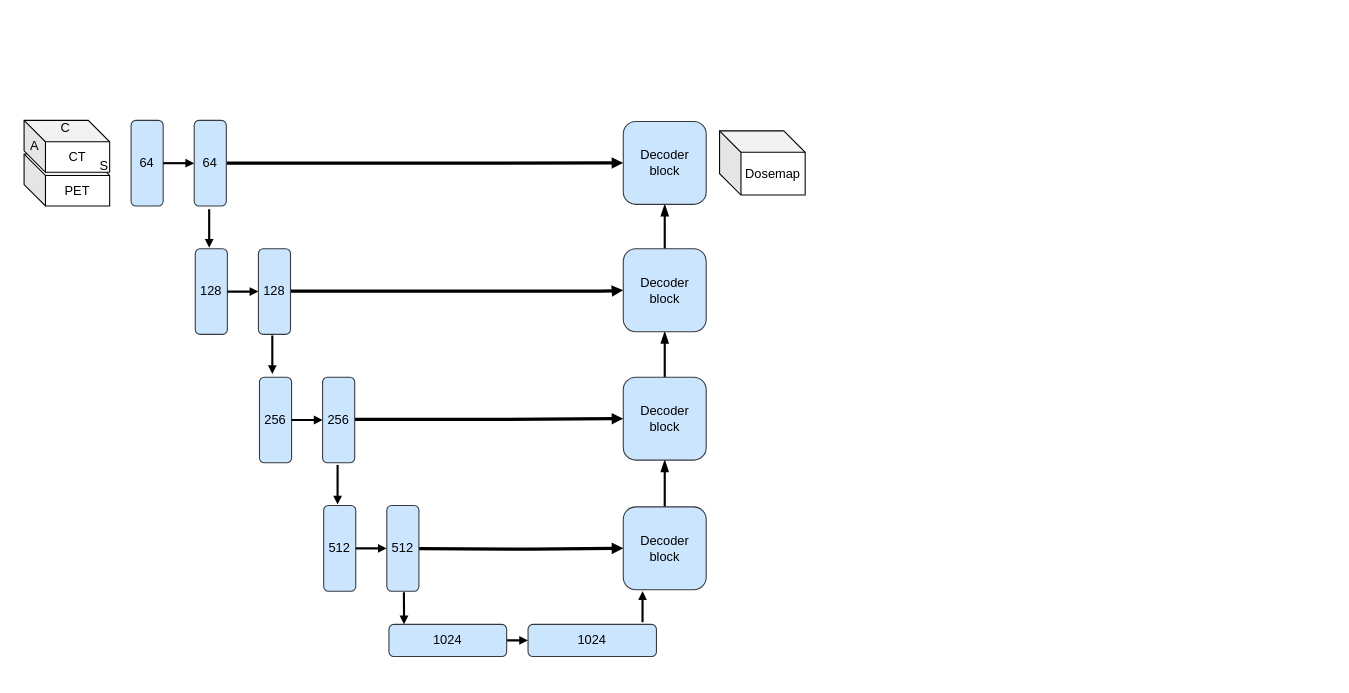
Above: page "3dunet" (1 of 7) of Fig_CS/treatment.drawio in jizhang02/Figure-Factory (draw.io), before the change. Source tidied: cells renumbered, new cells numbered last; positions are measured from the earlier drawing's top-left corner, leaving out a move shared by most shapes. Both pictures are drawn from the tidied source at 107%, with x=0, y=0 at pixel (18, 117).
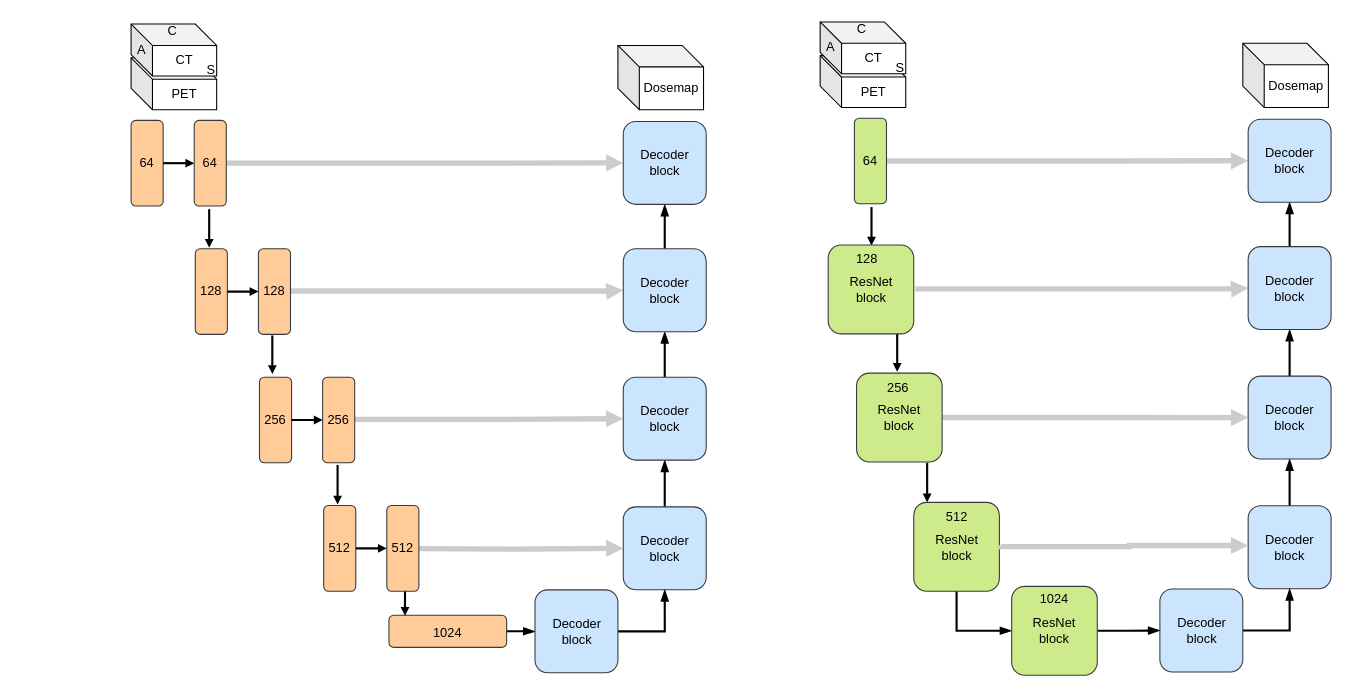
Above is the later version.

Unchanged cells that the change refers to:
```xml
<mxCell id="21" style="group;" parent="1" vertex="1">
  <mxGeometry x="105" y="3" width="89" height="80" as="geometry" />
</mxCell>
<mxCell id="26" style="group;" parent="1" vertex="1">
  <mxGeometry x="165" y="123" width="89" height="80" as="geometry" />
</mxCell>
<mxCell id="32" style="group;" parent="1" vertex="1">
  <mxGeometry x="225" y="243" width="89" height="80" as="geometry" />
</mxCell>
<mxCell id="38" style="group;" parent="1" vertex="1">
  <mxGeometry x="285" y="363" width="89" height="80" as="geometry" />
</mxCell>
<mxCell id="45" value="Decoder&lt;br&gt;block" style="rounded=1;whiteSpace=wrap;html=1;rotation=0;fillColor=#cce5ff;strokeColor=#36393d;" parent="1" vertex="1">
  <mxGeometry x="565" y="364.2" width="77.5" height="77.5" as="geometry" />
</mxCell>
<mxCell id="47" value="Decoder&lt;br&gt;block" style="rounded=1;whiteSpace=wrap;html=1;rotation=0;fillColor=#cce5ff;strokeColor=#36393d;" parent="1" vertex="1">
  <mxGeometry x="565" y="243" width="77.5" height="77.5" as="geometry" />
</mxCell>
<mxCell id="49" value="Decoder&lt;br&gt;block" style="rounded=1;whiteSpace=wrap;html=1;rotation=0;fillColor=#cce5ff;strokeColor=#36393d;" parent="1" vertex="1">
  <mxGeometry x="565" y="123" width="77.5" height="77.5" as="geometry" />
</mxCell>
<mxCell id="50" value="Decoder&lt;br&gt;block" style="rounded=1;whiteSpace=wrap;html=1;rotation=0;fillColor=#cce5ff;strokeColor=#36393d;" parent="1" vertex="1">
  <mxGeometry x="565" y="4" width="77.5" height="77.5" as="geometry" />
</mxCell>
```

Change to the diagram source:
```diff
@@
-    <mxCell id="2" style="edgeStyle=orthogonalEdgeStyle;rounded=1;jumpStyle=none;jumpSize=3;jettySize=auto;html=1;strokeWidth=2;startArrow=none;startFill=0;endArrow=block;endFill=1;startSize=3;endSize=3;" parent="1" edge="1" source="3" target="4">
-      <mxGeometry relative="1" as="geometry" />
-    </mxCell>
+    <mxCell id="54" style="edgeStyle=orthogonalEdgeStyle;rounded=0;jettySize=auto;html=1;strokeWidth=2;endArrow=blockThin;endFill=1;" parent="1" edge="1" source="3" target="79">
+      <mxGeometry relative="1" as="geometry" />
+    </mxCell>
-    <mxCell id="3" style="rounded=1;whiteSpace=wrap;html=1;rotation=0;fillColor=#cce5ff;strokeColor=#36393d;" parent="1" vertex="1">
-      <mxGeometry x="346" y="474" width="110" height="30" as="geometry" />
+    <mxCell id="3" style="rounded=1;whiteSpace=wrap;html=1;rotation=0;fillColor=#ffcc99;strokeColor=#36393d;" parent="1" vertex="1">
+      <mxGeometry x="346" y="465.5" width="110" height="30" as="geometry" />
     </mxCell>
-    <mxCell id="4" style="rounded=1;whiteSpace=wrap;html=1;rotation=0;fillColor=#cce5ff;strokeColor=#36393d;" parent="1" vertex="1">
-      <mxGeometry x="476" y="474" width="120" height="30" as="geometry" />
-    </mxCell>
@@
-    <mxCell id="7" style="edgeStyle=orthogonalEdgeStyle;rounded=1;jumpStyle=none;jumpSize=3;orthogonalLoop=1;jettySize=auto;html=1;strokeWidth=2;startArrow=none;startFill=0;endArrow=block;endFill=1;startSize=3;endSize=3;" parent="1" edge="1">
+    <mxCell id="7" style="edgeStyle=orthogonalEdgeStyle;rounded=1;jumpStyle=none;jumpSize=3;orthogonalLoop=1;jettySize=auto;html=1;strokeWidth=2;startArrow=none;startFill=0;endArrow=block;endFill=1;startSize=3;endSize=3;entryX=0.127;entryY=0.25;entryDx=0;entryDy=0;entryPerimeter=0;" parent="1" edge="1">
       <mxGeometry relative="1" as="geometry">
-        <mxPoint x="360" y="444" as="sourcePoint" />
-        <mxPoint x="360.1" y="474" as="targetPoint" />
+        <mxPoint x="361" y="437" as="sourcePoint" />
+        <mxPoint x="361" y="466" as="targetPoint" />
       </mxGeometry>
     </mxCell>
-    <mxCell id="8" style="edgeStyle=orthogonalEdgeStyle;rounded=1;jumpStyle=none;jumpSize=3;orthogonalLoop=1;jettySize=auto;html=1;strokeWidth=2;startArrow=none;startFill=0;endArrow=block;endFill=1;startSize=4;endSize=3;" parent="1" edge="1">
-      <mxGeometry relative="1" as="geometry">
-        <mxPoint x="583" y="472" as="sourcePoint" />
-        <mxPoint x="583" y="443" as="targetPoint" />
-      </mxGeometry>
-    </mxCell>
-    <mxCell id="9" style="edgeStyle=orthogonalEdgeStyle;rounded=1;jumpStyle=none;jumpSize=3;jettySize=auto;html=1;strokeWidth=3;startArrow=none;startFill=0;endArrow=block;endFill=1;startSize=3;endSize=3;entryX=0;entryY=0.5;entryDx=0;entryDy=0;" parent="1" edge="1" target="49">
+    <mxCell id="9" style="edgeStyle=orthogonalEdgeStyle;rounded=1;jumpStyle=none;jumpSize=3;jettySize=auto;html=1;strokeWidth=5;startArrow=none;startFill=0;endArrow=block;endFill=1;startSize=3;endSize=3;entryX=0;entryY=0.5;entryDx=0;entryDy=0;fillColor=#eeeeee;strokeColor=#CCCCCC;" parent="1" edge="1" target="49">
       <mxGeometry relative="1" as="geometry">
         <mxPoint x="254" y="162.5" as="sourcePoint" />
         <Array as="points">
           <mxPoint x="554" y="163" />
         </Array>
       </mxGeometry>
     </mxCell>
-    <mxCell id="10" style="edgeStyle=orthogonalEdgeStyle;rounded=0;jumpStyle=none;jumpSize=3;jettySize=auto;html=1;strokeWidth=3;startArrow=none;startFill=0;endArrow=block;endFill=1;startSize=3;endSize=3;entryX=0;entryY=0.5;entryDx=0;entryDy=0;" parent="1" edge="1" target="47">
+    <mxCell id="10" style="edgeStyle=orthogonalEdgeStyle;rounded=0;jumpStyle=none;jumpSize=3;jettySize=auto;html=1;strokeWidth=5;startArrow=none;startFill=0;endArrow=block;endFill=1;startSize=3;endSize=3;entryX=0;entryY=0.5;entryDx=0;entryDy=0;strokeColor=#CCCCCC;" parent="1" edge="1" target="47">
       <mxGeometry relative="1" as="geometry">
         <mxPoint x="314" y="282.5" as="sourcePoint" />
         <Array as="points">
           <mxPoint x="454" y="283" />
         </Array>
       </mxGeometry>
     </mxCell>
-    <mxCell id="11" style="edgeStyle=orthogonalEdgeStyle;rounded=1;jumpStyle=none;jumpSize=3;jettySize=auto;html=1;strokeWidth=3;startArrow=none;startFill=0;endArrow=block;endFill=1;startSize=3;endSize=3;entryX=0;entryY=0.5;entryDx=0;entryDy=0;" parent="1" edge="1" target="45">
+    <mxCell id="11" style="edgeStyle=orthogonalEdgeStyle;rounded=1;jumpStyle=none;jumpSize=3;jettySize=auto;html=1;strokeWidth=5;startArrow=none;startFill=0;endArrow=block;endFill=1;startSize=3;endSize=3;entryX=0;entryY=0.5;entryDx=0;entryDy=0;strokeColor=#CCCCCC;" parent="1" edge="1" target="45">
       <mxGeometry relative="1" as="geometry">
         <mxPoint x="374" y="403.2" as="sourcePoint" />
       </mxGeometry>
     </mxCell>
-    <mxCell id="12" style="edgeStyle=orthogonalEdgeStyle;rounded=1;jumpStyle=none;jumpSize=3;jettySize=auto;html=1;strokeWidth=3;startArrow=none;startFill=0;endArrow=block;endFill=1;startSize=3;endSize=3;entryX=0;entryY=0.5;entryDx=0;entryDy=0;exitX=0.5;exitY=1;exitDx=0;exitDy=0;" parent="1" edge="1" source="22" target="50">
+    <mxCell id="12" style="edgeStyle=orthogonalEdgeStyle;rounded=1;jumpStyle=none;jumpSize=3;jettySize=auto;html=1;strokeWidth=5;startArrow=none;startFill=0;endArrow=block;endFill=0;startSize=3;endSize=3;entryX=0;entryY=0.5;entryDx=0;entryDy=0;exitX=0.5;exitY=1;exitDx=0;exitDy=0;strokeColor=#CCCCCC;" parent="1" edge="1" source="22" target="50">
       <mxGeometry relative="1" as="geometry">
         <Array as="points">
           <mxPoint x="440" y="43" />
           <mxPoint x="440" y="42" />
         </Array>
       </mxGeometry>
     </mxCell>
@@
     <mxCell id="14" style="group;" parent="1" vertex="1">
-      <mxGeometry x="5" y="3" width="90" height="80" as="geometry" />
+      <mxGeometry x="105" y="-87" width="90" height="80" as="geometry" />
     </mxCell>
@@
     <mxCell id="20" value="Dosemap" style="shape=cube;whiteSpace=wrap;html=1;boundedLbl=1;backgroundOutline=1;darkOpacity=0.05;darkOpacity2=0.1;" parent="1" vertex="1">
-      <mxGeometry x="655" y="12.8" width="80" height="60" as="geometry" />
+      <mxGeometry x="560" y="-67" width="80" height="60" as="geometry" />
     </mxCell>
@@
-    <mxCell id="22" style="rounded=1;whiteSpace=wrap;html=1;rotation=-90;fillColor=#cce5ff;strokeColor=#36393d;" parent="21" vertex="1">
+    <mxCell id="22" style="rounded=1;whiteSpace=wrap;html=1;rotation=-90;fillColor=#ffcc99;strokeColor=#36393d;" parent="21" vertex="1">
       <mxGeometry x="34" y="25" width="80" height="30" as="geometry" />
     </mxCell>
-    <mxCell id="23" style="rounded=1;whiteSpace=wrap;html=1;rotation=-90;fillColor=#cce5ff;strokeColor=#36393d;" parent="21" vertex="1">
+    <mxCell id="23" style="rounded=1;whiteSpace=wrap;html=1;rotation=-90;fillColor=#ffcc99;strokeColor=#36393d;" parent="21" vertex="1">
       <mxGeometry x="-25" y="25" width="80" height="30" as="geometry" />
     </mxCell>
@@
-    <mxCell id="27" style="rounded=1;whiteSpace=wrap;html=1;rotation=-90;fillColor=#cce5ff;strokeColor=#36393d;" parent="26" vertex="1">
+    <mxCell id="27" style="rounded=1;whiteSpace=wrap;html=1;rotation=-90;fillColor=#ffcc99;strokeColor=#36393d;" parent="26" vertex="1">
       <mxGeometry x="34" y="25" width="80" height="30" as="geometry" />
     </mxCell>
-    <mxCell id="28" style="rounded=1;whiteSpace=wrap;html=1;rotation=-90;fillColor=#cce5ff;strokeColor=#36393d;" parent="26" vertex="1">
+    <mxCell id="28" style="rounded=1;whiteSpace=wrap;html=1;rotation=-90;fillColor=#ffcc99;strokeColor=#36393d;" parent="26" vertex="1">
       <mxGeometry x="-25" y="25" width="80" height="30" as="geometry" />
     </mxCell>
@@
-    <mxCell id="33" style="rounded=1;whiteSpace=wrap;html=1;rotation=-90;fillColor=#cce5ff;strokeColor=#36393d;" parent="32" vertex="1">
+    <mxCell id="33" style="rounded=1;whiteSpace=wrap;html=1;rotation=-90;fillColor=#ffcc99;strokeColor=#36393d;" parent="32" vertex="1">
       <mxGeometry x="34" y="25" width="80" height="30" as="geometry" />
     </mxCell>
-    <mxCell id="34" style="rounded=1;whiteSpace=wrap;html=1;rotation=-90;fillColor=#cce5ff;strokeColor=#36393d;" parent="32" vertex="1">
+    <mxCell id="34" style="rounded=1;whiteSpace=wrap;html=1;rotation=-90;fillColor=#ffcc99;strokeColor=#36393d;" parent="32" vertex="1">
       <mxGeometry x="-25" y="25" width="80" height="30" as="geometry" />
     </mxCell>
@@
-    <mxCell id="39" style="rounded=1;whiteSpace=wrap;html=1;rotation=-90;fillColor=#cce5ff;strokeColor=#36393d;" parent="38" vertex="1">
+    <mxCell id="39" style="rounded=1;whiteSpace=wrap;html=1;rotation=-90;fillColor=#ffcc99;strokeColor=#36393d;" parent="38" vertex="1">
       <mxGeometry x="34" y="25" width="80" height="30" as="geometry" />
     </mxCell>
-    <mxCell id="40" style="rounded=1;whiteSpace=wrap;html=1;rotation=-90;fillColor=#cce5ff;strokeColor=#36393d;" parent="38" vertex="1">
+    <mxCell id="40" style="rounded=1;whiteSpace=wrap;html=1;rotation=-90;fillColor=#ffcc99;strokeColor=#36393d;" parent="38" vertex="1">
       <mxGeometry x="-25" y="25" width="80" height="30" as="geometry" />
     </mxCell>
@@
     <mxCell id="52" value="&lt;font style=&quot;font-size: 12px;&quot;&gt;1024&lt;/font&gt;" style="text;html=1;strokeColor=none;fillColor=none;align=center;verticalAlign=middle;whiteSpace=wrap;rounded=0;fontSize=10;strokeWidth=1;" parent="1" vertex="1">
-      <mxGeometry x="386" y="479" width="30" height="20" as="geometry" />
+      <mxGeometry x="386" y="472" width="30" height="20" as="geometry" />
     </mxCell>
+    <mxCell id="55" style="edgeStyle=orthogonalEdgeStyle;rounded=1;jumpStyle=none;jumpSize=3;orthogonalLoop=1;jettySize=auto;html=1;strokeWidth=2;startArrow=none;startFill=0;endArrow=block;endFill=1;startSize=3;endSize=3;" parent="1" edge="1">
+      <mxGeometry relative="1" as="geometry">
+        <mxPoint x="821" y="202" as="sourcePoint" />
+        <mxPoint x="821" y="238" as="targetPoint" />
+      </mxGeometry>
+    </mxCell>
+    <mxCell id="56" style="edgeStyle=orthogonalEdgeStyle;rounded=1;jumpStyle=none;jumpSize=3;orthogonalLoop=1;jettySize=auto;html=1;strokeWidth=2;startArrow=none;startFill=0;endArrow=block;endFill=1;startSize=3;endSize=3;" parent="1" edge="1">
+      <mxGeometry relative="1" as="geometry">
+        <mxPoint x="849" y="323" as="sourcePoint" />
+        <mxPoint x="849" y="360" as="targetPoint" />
+      </mxGeometry>
+    </mxCell>
+    <mxCell id="57" style="edgeStyle=orthogonalEdgeStyle;rounded=1;jumpStyle=none;jumpSize=3;jettySize=auto;html=1;strokeWidth=5;startArrow=none;startFill=0;endArrow=block;endFill=1;startSize=3;endSize=3;entryX=0;entryY=0.5;entryDx=0;entryDy=0;strokeColor=#CCCCCC;" parent="1" edge="1" target="76">
+      <mxGeometry relative="1" as="geometry">
+        <mxPoint x="838" y="160.5" as="sourcePoint" />
+        <Array as="points">
+          <mxPoint x="1138" y="161" />
+        </Array>
+      </mxGeometry>
+    </mxCell>
+    <mxCell id="58" style="edgeStyle=orthogonalEdgeStyle;rounded=0;jumpStyle=none;jumpSize=3;jettySize=auto;html=1;strokeWidth=5;startArrow=none;startFill=0;endArrow=block;endFill=1;startSize=3;endSize=3;entryX=0;entryY=0.5;entryDx=0;entryDy=0;exitX=1;exitY=0.5;exitDx=0;exitDy=0;strokeColor=#CCCCCC;" parent="1" edge="1" source="84" target="74">
+      <mxGeometry relative="1" as="geometry">
+        <Array as="points">
+          <mxPoint x="1038" y="281" />
+        </Array>
+      </mxGeometry>
+    </mxCell>
+    <mxCell id="59" style="edgeStyle=orthogonalEdgeStyle;rounded=1;jumpStyle=none;jumpSize=3;jettySize=auto;html=1;strokeWidth=5;startArrow=none;startFill=0;endArrow=block;endFill=1;startSize=3;endSize=3;entryX=0;entryY=0.5;entryDx=0;entryDy=0;exitX=0.5;exitY=1;exitDx=0;exitDy=0;strokeColor=#CCCCCC;" parent="1" edge="1" source="69" target="77">
+      <mxGeometry relative="1" as="geometry">
+        <Array as="points">
+          <mxPoint x="1024" y="41" />
+          <mxPoint x="1024" y="40" />
+        </Array>
+      </mxGeometry>
+    </mxCell>
+    <mxCell id="60" style="edgeStyle=orthogonalEdgeStyle;rounded=1;jumpStyle=none;jumpSize=3;orthogonalLoop=1;jettySize=auto;html=1;strokeWidth=2;startArrow=none;startFill=0;endArrow=block;endFill=1;startSize=3;endSize=3;" parent="1" edge="1">
+      <mxGeometry relative="1" as="geometry">
+        <mxPoint x="797" y="84" as="sourcePoint" />
+        <mxPoint x="797" y="120" as="targetPoint" />
+      </mxGeometry>
+    </mxCell>
+    <mxCell id="61" style="group;" parent="1" vertex="1">
+      <mxGeometry x="749" y="-89" width="90" height="80" as="geometry" />
+    </mxCell>
+    <mxCell id="62" value="PET" style="shape=cube;whiteSpace=wrap;html=1;boundedLbl=1;backgroundOutline=1;darkOpacity=0.05;darkOpacity2=0.1;" parent="61" vertex="1">
+      <mxGeometry y="31.5" width="80" height="48.5" as="geometry" />
+    </mxCell>
+    <mxCell id="63" value="CT" style="shape=cube;whiteSpace=wrap;html=1;boundedLbl=1;backgroundOutline=1;darkOpacity=0.05;darkOpacity2=0.1;" parent="61" vertex="1">
+      <mxGeometry width="80" height="48.5" as="geometry" />
+    </mxCell>
+    <mxCell id="64" value="&lt;font style=&quot;font-size: 12px;&quot;&gt;A&lt;/font&gt;" style="text;html=1;strokeColor=none;fillColor=none;align=center;verticalAlign=middle;whiteSpace=wrap;rounded=0;fontSize=10;strokeWidth=1;" parent="61" vertex="1">
+      <mxGeometry x="-5" y="14.2" width="30" height="20" as="geometry" />
+    </mxCell>
+    <mxCell id="65" value="&lt;font style=&quot;font-size: 12px;&quot;&gt;S&lt;/font&gt;" style="text;html=1;strokeColor=none;fillColor=none;align=center;verticalAlign=middle;whiteSpace=wrap;rounded=0;fontSize=10;strokeWidth=1;" parent="61" vertex="1">
+      <mxGeometry x="60" y="33" width="30" height="20" as="geometry" />
+    </mxCell>
+    <mxCell id="66" value="&lt;font style=&quot;font-size: 12px;&quot;&gt;C&lt;/font&gt;" style="text;html=1;strokeColor=none;fillColor=none;align=center;verticalAlign=middle;whiteSpace=wrap;rounded=0;fontSize=10;strokeWidth=1;" parent="61" vertex="1">
+      <mxGeometry x="24" y="-3" width="30" height="20" as="geometry" />
+    </mxCell>
+    <mxCell id="67" value="Dosemap" style="shape=cube;whiteSpace=wrap;html=1;boundedLbl=1;backgroundOutline=1;darkOpacity=0.05;darkOpacity2=0.1;" parent="1" vertex="1">
+      <mxGeometry x="1144" y="-69" width="80" height="60" as="geometry" />
+    </mxCell>
+    <mxCell id="68" style="group;" parent="1" vertex="1">
+      <mxGeometry x="722" y="1" width="89" height="80" as="geometry" />
+    </mxCell>
+    <mxCell id="69" style="rounded=1;whiteSpace=wrap;html=1;rotation=-90;fillColor=#cdeb8b;strokeColor=#36393d;" parent="68" vertex="1">
+      <mxGeometry x="34" y="25" width="80" height="30" as="geometry" />
+    </mxCell>
+    <mxCell id="70" value="&lt;font style=&quot;font-size: 12px;&quot;&gt;64&lt;/font&gt;" style="text;html=1;strokeColor=none;fillColor=none;align=center;verticalAlign=middle;whiteSpace=wrap;rounded=0;fontSize=10;strokeWidth=1;" parent="68" vertex="1">
+      <mxGeometry x="59" y="30" width="30" height="20" as="geometry" />
+    </mxCell>
+    <mxCell id="71" style="edgeStyle=orthogonalEdgeStyle;rounded=0;jettySize=auto;html=1;strokeWidth=2;endArrow=blockThin;endFill=1;" parent="1" edge="1" source="72" target="74">
+      <mxGeometry relative="1" as="geometry" />
+    </mxCell>
+    <mxCell id="72" value="Decoder&lt;br&gt;block" style="rounded=1;whiteSpace=wrap;html=1;rotation=0;fillColor=#cce5ff;strokeColor=#36393d;" parent="1" vertex="1">
+      <mxGeometry x="1149" y="363.2" width="77.5" height="77.5" as="geometry" />
+    </mxCell>
+    <mxCell id="73" style="edgeStyle=orthogonalEdgeStyle;rounded=0;jettySize=auto;html=1;strokeWidth=2;endArrow=blockThin;endFill=1;" parent="1" edge="1" source="74" target="76">
+      <mxGeometry relative="1" as="geometry" />
+    </mxCell>
+    <mxCell id="74" value="Decoder&lt;br&gt;block" style="rounded=1;whiteSpace=wrap;html=1;rotation=0;fillColor=#cce5ff;strokeColor=#36393d;" parent="1" vertex="1">
+      <mxGeometry x="1149" y="242" width="77.5" height="77.5" as="geometry" />
+    </mxCell>
+    <mxCell id="75" style="edgeStyle=orthogonalEdgeStyle;rounded=0;jettySize=auto;html=1;strokeWidth=2;endArrow=blockThin;endFill=1;" parent="1" edge="1" source="76" target="77">
+      <mxGeometry relative="1" as="geometry" />
+    </mxCell>
+    <mxCell id="76" value="Decoder&lt;br&gt;block" style="rounded=1;whiteSpace=wrap;html=1;rotation=0;fillColor=#cce5ff;strokeColor=#36393d;" parent="1" vertex="1">
+      <mxGeometry x="1149" y="121" width="77.5" height="77.5" as="geometry" />
+    </mxCell>
+    <mxCell id="77" value="Decoder&lt;br&gt;block" style="rounded=1;whiteSpace=wrap;html=1;rotation=0;fillColor=#cce5ff;strokeColor=#36393d;" parent="1" vertex="1">
+      <mxGeometry x="1149" y="2" width="77.5" height="77.5" as="geometry" />
+    </mxCell>
+    <mxCell id="78" style="edgeStyle=orthogonalEdgeStyle;rounded=0;jettySize=auto;html=1;entryX=0.5;entryY=1;entryDx=0;entryDy=0;strokeWidth=2;endArrow=blockThin;endFill=1;" parent="1" edge="1" source="79" target="45">
+      <mxGeometry relative="1" as="geometry" />
+    </mxCell>
+    <mxCell id="79" value="Decoder&lt;br&gt;block" style="rounded=1;whiteSpace=wrap;html=1;rotation=0;fillColor=#cce5ff;strokeColor=#36393d;" parent="1" vertex="1">
+      <mxGeometry x="482.5" y="441.8" width="77.5" height="77.5" as="geometry" />
+    </mxCell>
+    <mxCell id="80" style="edgeStyle=orthogonalEdgeStyle;rounded=0;jettySize=auto;html=1;entryX=0.5;entryY=1;entryDx=0;entryDy=0;strokeWidth=2;endArrow=blockThin;endFill=1;" parent="1" edge="1" source="81" target="72">
+      <mxGeometry relative="1" as="geometry" />
+    </mxCell>
+    <mxCell id="81" value="Decoder&lt;br&gt;block" style="rounded=1;whiteSpace=wrap;html=1;rotation=0;fillColor=#cce5ff;strokeColor=#36393d;" parent="1" vertex="1">
+      <mxGeometry x="1066.5" y="441" width="77.5" height="77.5" as="geometry" />
+    </mxCell>
+    <mxCell id="82" value="ResNet&lt;br&gt;block" style="rounded=1;whiteSpace=wrap;html=1;rotation=0;fillColor=#cdeb8b;strokeColor=#36393d;" parent="1" vertex="1">
+      <mxGeometry x="756.5" y="119.5" width="80" height="83" as="geometry" />
+    </mxCell>
+    <mxCell id="83" value="&lt;font style=&quot;font-size: 12px;&quot;&gt;128&lt;/font&gt;" style="text;html=1;strokeColor=none;fillColor=none;align=center;verticalAlign=middle;whiteSpace=wrap;rounded=0;fontSize=10;strokeWidth=1;" parent="1" vertex="1">
+      <mxGeometry x="778" y="123" width="30" height="20" as="geometry" />
+    </mxCell>
+    <mxCell id="84" value="ResNet&lt;br&gt;block" style="rounded=1;whiteSpace=wrap;html=1;rotation=0;fillColor=#cdeb8b;strokeColor=#36393d;" parent="1" vertex="1">
+      <mxGeometry x="783" y="239.2" width="80" height="83" as="geometry" />
+    </mxCell>
+    <mxCell id="85" style="edgeStyle=orthogonalEdgeStyle;rounded=0;jettySize=auto;html=1;entryX=0;entryY=0.5;entryDx=0;entryDy=0;exitX=0.5;exitY=1;exitDx=0;exitDy=0;strokeWidth=2;endArrow=blockThin;endFill=1;" parent="1" edge="1" source="86" target="88">
+      <mxGeometry relative="1" as="geometry" />
+    </mxCell>
+    <mxCell id="86" value="ResNet&lt;br&gt;block" style="rounded=1;whiteSpace=wrap;html=1;rotation=0;fillColor=#cdeb8b;strokeColor=#36393d;" parent="1" vertex="1">
+      <mxGeometry x="836.5" y="360" width="80" height="83" as="geometry" />
+    </mxCell>
+    <mxCell id="87" style="edgeStyle=orthogonalEdgeStyle;rounded=0;jettySize=auto;html=1;strokeWidth=2;endArrow=blockThin;endFill=1;" parent="1" edge="1" source="88" target="81">
+      <mxGeometry relative="1" as="geometry" />
+    </mxCell>
+    <mxCell id="88" value="ResNet&lt;br&gt;block" style="rounded=1;whiteSpace=wrap;html=1;rotation=0;fillColor=#cdeb8b;strokeColor=#36393d;" parent="1" vertex="1">
+      <mxGeometry x="928" y="438.5" width="80" height="83" as="geometry" />
+    </mxCell>
+    <mxCell id="89" value="&lt;font style=&quot;font-size: 12px;&quot;&gt;256&lt;/font&gt;" style="text;html=1;strokeColor=none;fillColor=none;align=center;verticalAlign=middle;whiteSpace=wrap;rounded=0;fontSize=10;strokeWidth=1;" parent="1" vertex="1">
+      <mxGeometry x="806.5" y="243" width="30" height="20" as="geometry" />
+    </mxCell>
+    <mxCell id="90" value="&lt;font style=&quot;font-size: 12px;&quot;&gt;512&lt;/font&gt;" style="text;html=1;strokeColor=none;fillColor=none;align=center;verticalAlign=middle;whiteSpace=wrap;rounded=0;fontSize=10;strokeWidth=1;" parent="1" vertex="1">
+      <mxGeometry x="861.5" y="364.2" width="30" height="20" as="geometry" />
+    </mxCell>
     <mxCell id="53" value="&lt;font style=&quot;font-size: 12px;&quot;&gt;1024&lt;/font&gt;" style="text;html=1;strokeColor=none;fillColor=none;align=center;verticalAlign=middle;whiteSpace=wrap;rounded=0;fontSize=10;strokeWidth=1;" parent="1" vertex="1">
-      <mxGeometry x="521" y="479" width="30" height="20" as="geometry" />
+      <mxGeometry x="953" y="441" width="30" height="20" as="geometry" />
     </mxCell>
+    <mxCell id="91" style="edgeStyle=orthogonalEdgeStyle;rounded=0;jumpStyle=none;jumpSize=3;orthogonalLoop=1;jettySize=auto;html=1;strokeWidth=5;startArrow=none;startFill=0;endArrow=block;endFill=1;startSize=3;endSize=3;entryX=0;entryY=0.5;entryDx=0;entryDy=0;strokeColor=#CCCCCC;" parent="1" edge="1">
+      <mxGeometry relative="1" as="geometry">
+        <mxPoint x="918" y="400" as="sourcePoint" />
+        <mxPoint x="1149" y="400.3" as="targetPoint" />
+        <Array as="points">
+          <mxPoint x="1038" y="401.3" />
+        </Array>
+      </mxGeometry>
+    </mxCell>
```
